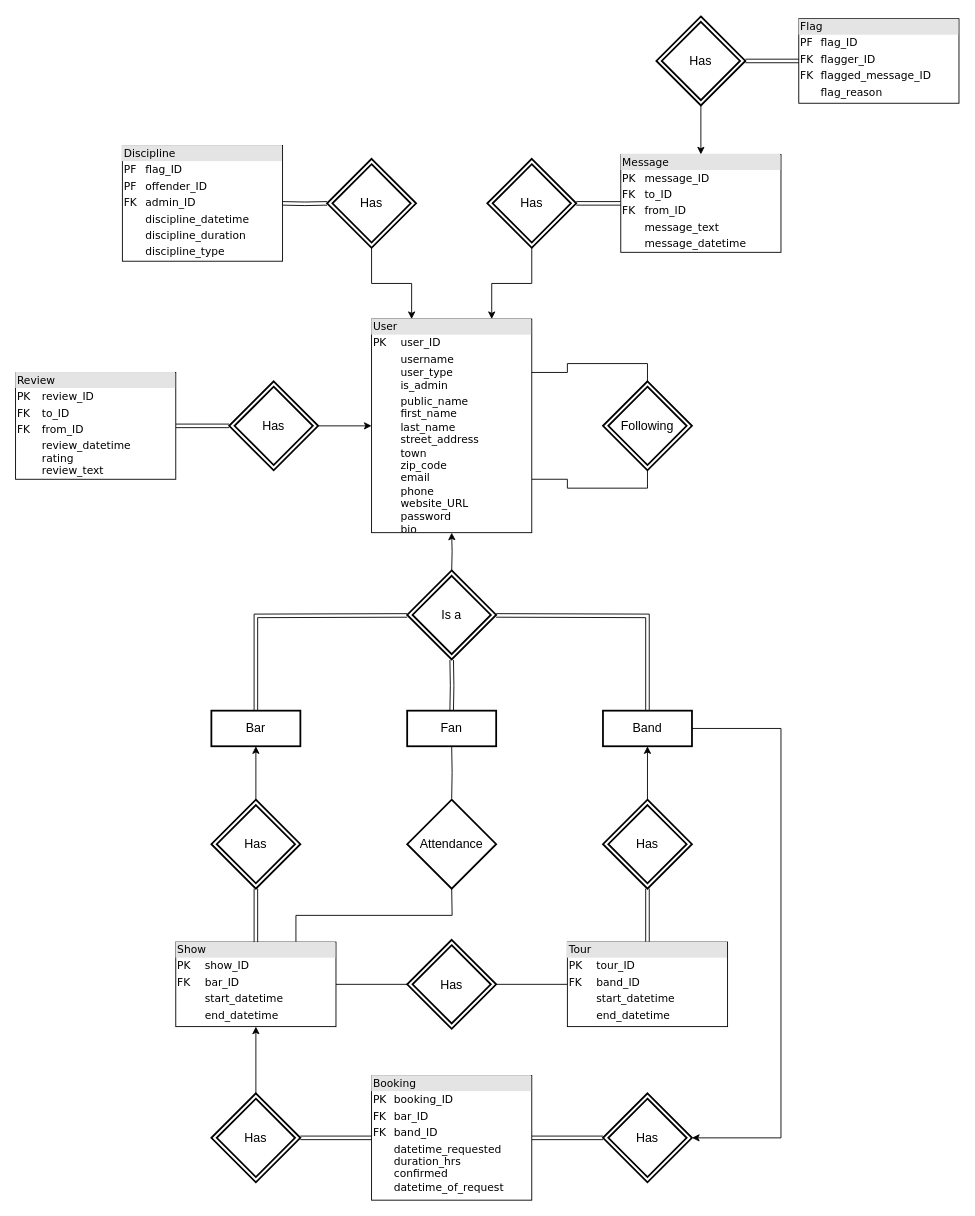
nrwhite88/csc499 keeps this draw.io diagram as Design Document/er_diagram.drawio. Above is the earlier version. Source tidied: cells renumbered, new cells numbered last; positions are measured from the earlier drawing's top-left corner, leaving out a move shared by most shapes. Both pictures are drawn from the tidied source at 89%, with x=0, y=0 at pixel (15, 16).
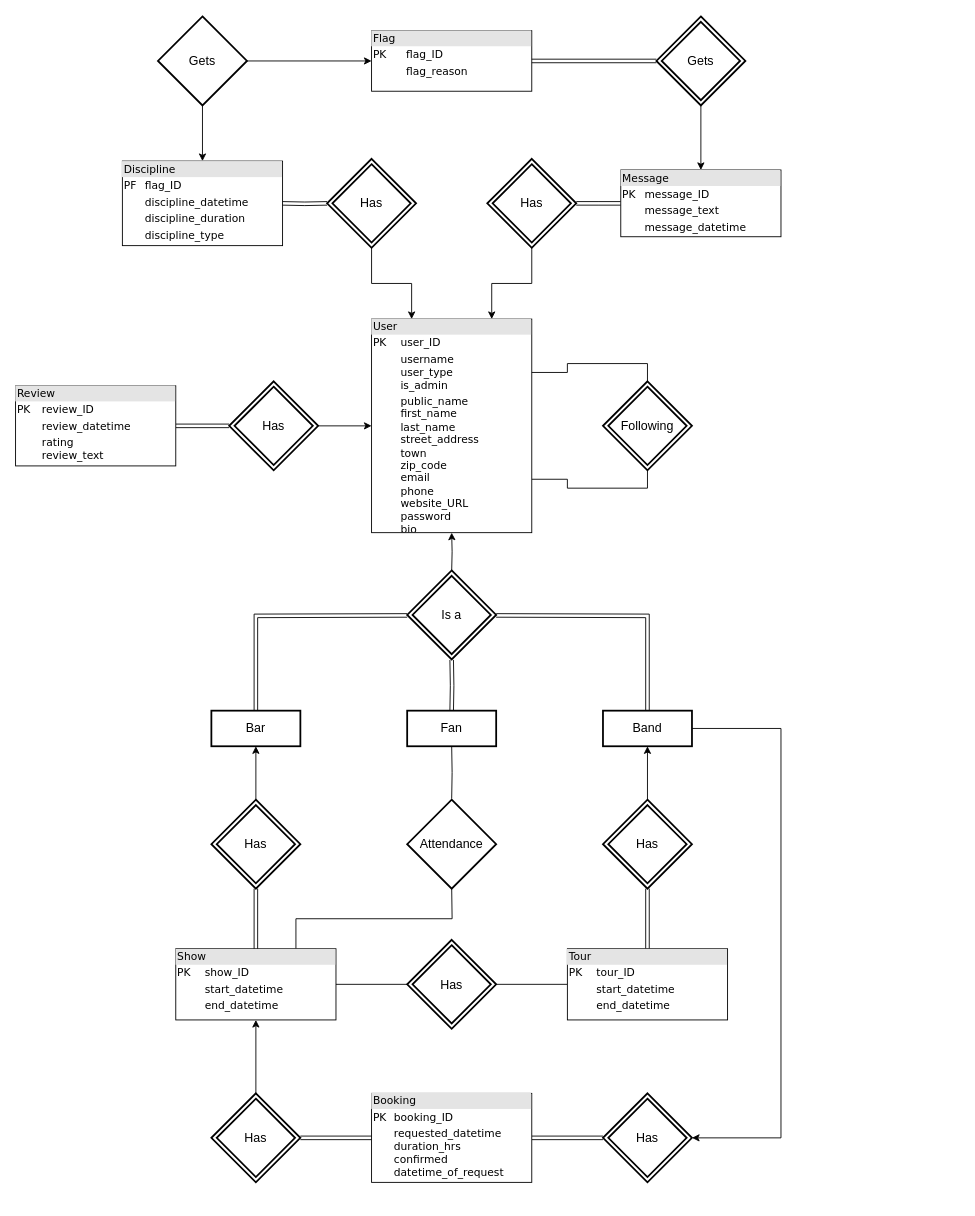
After the change.

Change to the diagram source:
```diff
@@
-    <mxCell id="6" value="&lt;div style=&quot;box-sizing: border-box ; width: 100% ; background: #e4e4e4 ; padding: 2px&quot;&gt;Booking&lt;/div&gt;&lt;table style=&quot;width: 100% ; font-size: 1em&quot; cellpadding=&quot;2&quot; cellspacing=&quot;0&quot;&gt;&lt;tbody&gt;&lt;tr&gt;&lt;td&gt;PK&lt;/td&gt;&lt;td&gt;booking_ID&lt;/td&gt;&lt;/tr&gt;&lt;tr&gt;&lt;td&gt;FK&lt;/td&gt;&lt;td&gt;bar_ID&lt;br&gt;&lt;/td&gt;&lt;/tr&gt;&lt;tr&gt;&lt;td&gt;FK&lt;/td&gt;&lt;td&gt;band_ID&lt;br&gt;&lt;/td&gt;&lt;/tr&gt;&lt;tr&gt;&lt;td&gt;&lt;br&gt;&lt;/td&gt;&lt;td&gt;datetime_requested&lt;br&gt;duration_hrs&lt;br&gt;confirmed&lt;br&gt;datetime_of_request&lt;/td&gt;&lt;/tr&gt;&lt;tr&gt;&lt;td&gt;&lt;br&gt;&lt;/td&gt;&lt;td&gt;&lt;br&gt;&lt;/td&gt;&lt;/tr&gt;&lt;tr&gt;&lt;td&gt;&lt;br&gt;&lt;/td&gt;&lt;td&gt;&lt;br&gt;&lt;/td&gt;&lt;/tr&gt;&lt;/tbody&gt;&lt;/table&gt;" style="verticalAlign=top;align=left;overflow=fill;html=1;rounded=0;shadow=0;comic=0;labelBackgroundColor=none;strokeColor=#000000;strokeWidth=1;fillColor=#ffffff;fontFamily=Verdana;fontSize=12;fontColor=#000000;" parent="1" vertex="1">
-      <mxGeometry x="400" y="1190" width="180" height="140" as="geometry" />
+    <mxCell id="6" value="&lt;div style=&quot;box-sizing: border-box ; width: 100% ; background: #e4e4e4 ; padding: 2px&quot;&gt;Booking&lt;/div&gt;&lt;table style=&quot;width: 100% ; font-size: 1em&quot; cellpadding=&quot;2&quot; cellspacing=&quot;0&quot;&gt;&lt;tbody&gt;&lt;tr&gt;&lt;td&gt;PK&lt;/td&gt;&lt;td&gt;booking_ID&lt;/td&gt;&lt;/tr&gt;&lt;tr&gt;&lt;td&gt;&lt;/td&gt;&lt;td&gt;requested_datetime&lt;br&gt;duration_hrs&lt;br&gt;confirmed&lt;br&gt;datetime_of_request&lt;/td&gt;&lt;/tr&gt;&lt;tr&gt;&lt;td&gt;&lt;br&gt;&lt;/td&gt;&lt;td&gt;&lt;br&gt;&lt;/td&gt;&lt;/tr&gt;&lt;tr&gt;&lt;td&gt;&lt;br&gt;&lt;/td&gt;&lt;td&gt;&lt;br&gt;&lt;/td&gt;&lt;/tr&gt;&lt;tr&gt;&lt;td&gt;&lt;br&gt;&lt;/td&gt;&lt;td&gt;&lt;br&gt;&lt;/td&gt;&lt;/tr&gt;&lt;/tbody&gt;&lt;/table&gt;" style="verticalAlign=top;align=left;overflow=fill;html=1;rounded=0;shadow=0;comic=0;labelBackgroundColor=none;strokeColor=#000000;strokeWidth=1;fillColor=#ffffff;fontFamily=Verdana;fontSize=12;fontColor=#000000;" parent="1" vertex="1">
+      <mxGeometry x="400" y="1210" width="180" height="100" as="geometry" />
     </mxCell>
@@
-    <mxCell id="8" value="&lt;div style=&quot;box-sizing: border-box ; width: 100% ; background: #e4e4e4 ; padding: 2px&quot;&gt;Review&lt;/div&gt;&lt;table style=&quot;width: 100% ; font-size: 1em&quot; cellpadding=&quot;2&quot; cellspacing=&quot;0&quot;&gt;&lt;tbody&gt;&lt;tr&gt;&lt;td&gt;PK&lt;/td&gt;&lt;td&gt;review_ID&lt;/td&gt;&lt;/tr&gt;&lt;tr&gt;&lt;td&gt;FK&lt;/td&gt;&lt;td&gt;to_ID&lt;/td&gt;&lt;/tr&gt;&lt;tr&gt;&lt;td&gt;FK&lt;/td&gt;&lt;td&gt;from_ID&lt;br&gt;&lt;/td&gt;&lt;/tr&gt;&lt;tr&gt;&lt;td&gt;&lt;br&gt;&lt;/td&gt;&lt;td&gt;review_datetime&lt;br&gt;rating&lt;br&gt;review_text&lt;/td&gt;&lt;/tr&gt;&lt;tr&gt;&lt;td&gt;&lt;br&gt;&lt;/td&gt;&lt;td&gt;&lt;br&gt;&lt;/td&gt;&lt;/tr&gt;&lt;tr&gt;&lt;td&gt;&lt;br&gt;&lt;/td&gt;&lt;td&gt;&lt;br&gt;&lt;/td&gt;&lt;/tr&gt;&lt;/tbody&gt;&lt;/table&gt;" style="verticalAlign=top;align=left;overflow=fill;html=1;rounded=0;shadow=0;comic=0;labelBackgroundColor=none;strokeColor=#000000;strokeWidth=1;fillColor=#ffffff;fontFamily=Verdana;fontSize=12;fontColor=#000000;" parent="1" vertex="1">
-      <mxGeometry y="400" width="180" height="120" as="geometry" />
+    <mxCell id="8" value="&lt;div style=&quot;box-sizing: border-box ; width: 100% ; background: #e4e4e4 ; padding: 2px&quot;&gt;Review&lt;/div&gt;&lt;table style=&quot;width: 100% ; font-size: 1em&quot; cellpadding=&quot;2&quot; cellspacing=&quot;0&quot;&gt;&lt;tbody&gt;&lt;tr&gt;&lt;td&gt;PK&lt;/td&gt;&lt;td&gt;review_ID&lt;/td&gt;&lt;/tr&gt;&lt;tr&gt;&lt;td&gt;&lt;br&gt;&lt;/td&gt;&lt;td&gt;review_datetime&lt;/td&gt;&lt;/tr&gt;&lt;tr&gt;&lt;td&gt;&lt;br&gt;&lt;/td&gt;&lt;td&gt;rating&lt;br&gt;review_text&lt;br&gt;&lt;br&gt;&lt;/td&gt;&lt;/tr&gt;&lt;tr&gt;&lt;td&gt;&lt;br&gt;&lt;/td&gt;&lt;td&gt;&lt;br&gt;&lt;/td&gt;&lt;/tr&gt;&lt;tr&gt;&lt;td&gt;&lt;br&gt;&lt;/td&gt;&lt;td&gt;&lt;br&gt;&lt;/td&gt;&lt;/tr&gt;&lt;/tbody&gt;&lt;/table&gt;" style="verticalAlign=top;align=left;overflow=fill;html=1;rounded=0;shadow=0;comic=0;labelBackgroundColor=none;strokeColor=#000000;strokeWidth=1;fillColor=#ffffff;fontFamily=Verdana;fontSize=12;fontColor=#000000;" parent="1" vertex="1">
+      <mxGeometry y="415" width="180" height="90" as="geometry" />
     </mxCell>
@@
-    <mxCell id="11" value="&lt;div style=&quot;box-sizing: border-box ; width: 100% ; background: #e4e4e4 ; padding: 2px&quot;&gt;Message&lt;/div&gt;&lt;table style=&quot;width: 100% ; font-size: 1em&quot; cellpadding=&quot;2&quot; cellspacing=&quot;0&quot;&gt;&lt;tbody&gt;&lt;tr&gt;&lt;td&gt;PK&lt;/td&gt;&lt;td&gt;message_ID&lt;/td&gt;&lt;/tr&gt;&lt;tr&gt;&lt;td&gt;FK&lt;/td&gt;&lt;td&gt;to_ID&lt;/td&gt;&lt;/tr&gt;&lt;tr&gt;&lt;td&gt;FK&lt;/td&gt;&lt;td&gt;from_ID&lt;/td&gt;&lt;/tr&gt;&lt;tr&gt;&lt;td&gt;&lt;br&gt;&lt;/td&gt;&lt;td&gt;message_text&lt;br&gt;&lt;/td&gt;&lt;/tr&gt;&lt;tr&gt;&lt;td&gt;&lt;br&gt;&lt;/td&gt;&lt;td&gt;message_datetime&lt;br&gt;&lt;/td&gt;&lt;/tr&gt;&lt;tr&gt;&lt;td&gt;&lt;br&gt;&lt;/td&gt;&lt;td&gt;&lt;br&gt;&lt;/td&gt;&lt;/tr&gt;&lt;/tbody&gt;&lt;/table&gt;" style="verticalAlign=top;align=left;overflow=fill;html=1;rounded=0;shadow=0;comic=0;labelBackgroundColor=none;strokeColor=#000000;strokeWidth=1;fillColor=#ffffff;fontFamily=Verdana;fontSize=12;fontColor=#000000;" parent="1" vertex="1">
-      <mxGeometry x="680" y="155" width="180" height="110" as="geometry" />
+    <mxCell id="11" value="&lt;div style=&quot;box-sizing: border-box ; width: 100% ; background: #e4e4e4 ; padding: 2px&quot;&gt;Message&lt;/div&gt;&lt;table style=&quot;width: 100% ; font-size: 1em&quot; cellpadding=&quot;2&quot; cellspacing=&quot;0&quot;&gt;&lt;tbody&gt;&lt;tr&gt;&lt;td&gt;PK&lt;/td&gt;&lt;td&gt;message_ID&lt;/td&gt;&lt;/tr&gt;&lt;tr&gt;&lt;td&gt;&lt;br&gt;&lt;/td&gt;&lt;td&gt;message_text&lt;/td&gt;&lt;/tr&gt;&lt;tr&gt;&lt;td&gt;&lt;br&gt;&lt;/td&gt;&lt;td&gt;message_datetime&lt;br&gt;&lt;/td&gt;&lt;/tr&gt;&lt;tr&gt;&lt;td&gt;&lt;br&gt;&lt;/td&gt;&lt;td&gt;&lt;br&gt;&lt;/td&gt;&lt;/tr&gt;&lt;tr&gt;&lt;td&gt;&lt;br&gt;&lt;/td&gt;&lt;td&gt;&lt;br&gt;&lt;/td&gt;&lt;/tr&gt;&lt;/tbody&gt;&lt;/table&gt;" style="verticalAlign=top;align=left;overflow=fill;html=1;rounded=0;shadow=0;comic=0;labelBackgroundColor=none;strokeColor=#000000;strokeWidth=1;fillColor=#ffffff;fontFamily=Verdana;fontSize=12;fontColor=#000000;" parent="1" vertex="1">
+      <mxGeometry x="680" y="172.5" width="180" height="75" as="geometry" />
     </mxCell>
-    <mxCell id="12" value="&lt;div style=&quot;box-sizing: border-box ; width: 100% ; background: #e4e4e4 ; padding: 2px&quot;&gt;Flag&lt;/div&gt;&lt;table style=&quot;width: 100% ; font-size: 1em&quot; cellpadding=&quot;2&quot; cellspacing=&quot;0&quot;&gt;&lt;tbody&gt;&lt;tr&gt;&lt;td&gt;PF&lt;/td&gt;&lt;td&gt;flag_ID&lt;/td&gt;&lt;/tr&gt;&lt;tr&gt;&lt;td&gt;FK&lt;/td&gt;&lt;td&gt;flagger_ID&lt;/td&gt;&lt;/tr&gt;&lt;tr&gt;&lt;td&gt;FK&lt;/td&gt;&lt;td&gt;flagged_message_ID&lt;/td&gt;&lt;/tr&gt;&lt;tr&gt;&lt;td&gt;&lt;br&gt;&lt;/td&gt;&lt;td&gt;flag_reason&lt;br&gt;&lt;/td&gt;&lt;/tr&gt;&lt;tr&gt;&lt;td&gt;&lt;br&gt;&lt;/td&gt;&lt;td&gt;&lt;br&gt;&lt;/td&gt;&lt;/tr&gt;&lt;tr&gt;&lt;td&gt;&lt;br&gt;&lt;/td&gt;&lt;td&gt;&lt;br&gt;&lt;/td&gt;&lt;/tr&gt;&lt;/tbody&gt;&lt;/table&gt;" style="verticalAlign=top;align=left;overflow=fill;html=1;rounded=0;shadow=0;comic=0;labelBackgroundColor=none;strokeColor=#000000;strokeWidth=1;fillColor=#ffffff;fontFamily=Verdana;fontSize=12;fontColor=#000000;" parent="1" vertex="1">
-      <mxGeometry x="880" y="2.5" width="180" height="95" as="geometry" />
+    <mxCell id="12" value="&lt;div style=&quot;box-sizing: border-box ; width: 100% ; background: #e4e4e4 ; padding: 2px&quot;&gt;Flag&lt;/div&gt;&lt;table style=&quot;width: 100% ; font-size: 1em&quot; cellpadding=&quot;2&quot; cellspacing=&quot;0&quot;&gt;&lt;tbody&gt;&lt;tr&gt;&lt;td&gt;PK&lt;/td&gt;&lt;td&gt;flag_ID&lt;/td&gt;&lt;/tr&gt;&lt;tr&gt;&lt;td&gt;&lt;br&gt;&lt;/td&gt;&lt;td&gt;flag_reason&lt;/td&gt;&lt;/tr&gt;&lt;tr&gt;&lt;td&gt;&lt;br&gt;&lt;/td&gt;&lt;td&gt;&lt;br&gt;&lt;/td&gt;&lt;/tr&gt;&lt;tr&gt;&lt;td&gt;&lt;br&gt;&lt;/td&gt;&lt;td&gt;&lt;br&gt;&lt;/td&gt;&lt;/tr&gt;&lt;tr&gt;&lt;td&gt;&lt;br&gt;&lt;/td&gt;&lt;td&gt;&lt;br&gt;&lt;/td&gt;&lt;/tr&gt;&lt;/tbody&gt;&lt;/table&gt;" style="verticalAlign=top;align=left;overflow=fill;html=1;rounded=0;shadow=0;comic=0;labelBackgroundColor=none;strokeColor=#000000;strokeWidth=1;fillColor=#ffffff;fontFamily=Verdana;fontSize=12;fontColor=#000000;" parent="1" vertex="1">
+      <mxGeometry x="400" y="16" width="180" height="68" as="geometry" />
     </mxCell>
+    <mxCell id="51" style="edgeStyle=orthogonalEdgeStyle;rounded=0;jettySize=auto;html=1;exitX=0.5;exitY=0;exitDx=0;exitDy=0;endArrow=none;endFill=0;startArrow=classic;startFill=1;entryX=0.5;entryY=1;entryDx=0;entryDy=0;" parent="1" edge="1" source="13" target="53">
+      <mxGeometry relative="1" as="geometry" />
+    </mxCell>
-    <mxCell id="13" value="&lt;div style=&quot;box-sizing: border-box ; width: 100% ; background: #e4e4e4 ; padding: 2px&quot;&gt;Discipline&lt;/div&gt;&lt;table style=&quot;width: 100% ; font-size: 1em&quot; cellpadding=&quot;2&quot; cellspacing=&quot;0&quot;&gt;&lt;tbody&gt;&lt;tr&gt;&lt;td&gt;PF&lt;/td&gt;&lt;td&gt;flag_ID&lt;/td&gt;&lt;/tr&gt;&lt;tr&gt;&lt;td&gt;PF&lt;/td&gt;&lt;td&gt;offender_ID&lt;/td&gt;&lt;/tr&gt;&lt;tr&gt;&lt;td&gt;FK&lt;/td&gt;&lt;td&gt;admin_ID&lt;/td&gt;&lt;/tr&gt;&lt;tr&gt;&lt;td&gt;&lt;br&gt;&lt;/td&gt;&lt;td&gt;discipline_datetime&lt;br&gt;&lt;/td&gt;&lt;/tr&gt;&lt;tr&gt;&lt;td&gt;&lt;br&gt;&lt;/td&gt;&lt;td&gt;discipline_duration&lt;br&gt;&lt;/td&gt;&lt;/tr&gt;&lt;tr&gt;&lt;td&gt;&lt;br&gt;&lt;/td&gt;&lt;td&gt;discipline_type&lt;br&gt;&lt;/td&gt;&lt;/tr&gt;&lt;/tbody&gt;&lt;/table&gt;" style="verticalAlign=top;align=left;overflow=fill;html=1;rounded=0;shadow=0;comic=0;labelBackgroundColor=none;strokeColor=#000000;strokeWidth=1;fillColor=#ffffff;fontFamily=Verdana;fontSize=12;fontColor=#000000;" parent="1" vertex="1">
-      <mxGeometry x="120" y="145" width="180" height="130" as="geometry" />
+    <mxCell id="13" value="&lt;div style=&quot;box-sizing: border-box ; width: 100% ; background: #e4e4e4 ; padding: 2px&quot;&gt;Discipline&lt;/div&gt;&lt;table style=&quot;width: 100% ; font-size: 1em&quot; cellpadding=&quot;2&quot; cellspacing=&quot;0&quot;&gt;&lt;tbody&gt;&lt;tr&gt;&lt;td&gt;PF&lt;/td&gt;&lt;td&gt;flag_ID&lt;/td&gt;&lt;/tr&gt;&lt;tr&gt;&lt;td&gt;&lt;br&gt;&lt;/td&gt;&lt;td&gt;discipline_datetime&lt;br&gt;&lt;/td&gt;&lt;/tr&gt;&lt;tr&gt;&lt;td&gt;&lt;br&gt;&lt;/td&gt;&lt;td&gt;discipline_duration&lt;br&gt;&lt;/td&gt;&lt;/tr&gt;&lt;tr&gt;&lt;td&gt;&lt;br&gt;&lt;/td&gt;&lt;td&gt;discipline_type&lt;br&gt;&lt;/td&gt;&lt;/tr&gt;&lt;tr&gt;&lt;td&gt;&lt;br&gt;&lt;/td&gt;&lt;td&gt;&lt;br&gt;&lt;/td&gt;&lt;/tr&gt;&lt;tr&gt;&lt;td&gt;&lt;br&gt;&lt;/td&gt;&lt;td&gt;&lt;br&gt;&lt;/td&gt;&lt;/tr&gt;&lt;/tbody&gt;&lt;/table&gt;" style="verticalAlign=top;align=left;overflow=fill;html=1;rounded=0;shadow=0;comic=0;labelBackgroundColor=none;strokeColor=#000000;strokeWidth=1;fillColor=#ffffff;fontFamily=Verdana;fontSize=12;fontColor=#000000;" parent="1" vertex="1">
+      <mxGeometry x="120" y="162.5" width="180" height="95" as="geometry" />
     </mxCell>
@@
-    <mxCell id="15" value="&lt;div style=&quot;box-sizing: border-box ; width: 100% ; background: #e4e4e4 ; padding: 2px&quot;&gt;Show&lt;/div&gt;&lt;table style=&quot;width: 100% ; font-size: 1em&quot; cellpadding=&quot;2&quot; cellspacing=&quot;0&quot;&gt;&lt;tbody&gt;&lt;tr&gt;&lt;td&gt;PK&lt;/td&gt;&lt;td&gt;show_ID&lt;/td&gt;&lt;/tr&gt;&lt;tr&gt;&lt;td&gt;FK&lt;/td&gt;&lt;td&gt;bar_ID&lt;/td&gt;&lt;/tr&gt;&lt;tr&gt;&lt;td&gt;&lt;br&gt;&lt;/td&gt;&lt;td&gt;start_datetime&lt;/td&gt;&lt;/tr&gt;&lt;tr&gt;&lt;td&gt;&lt;br&gt;&lt;/td&gt;&lt;td&gt;end_datetime&lt;br&gt;&lt;/td&gt;&lt;/tr&gt;&lt;tr&gt;&lt;td&gt;&lt;br&gt;&lt;/td&gt;&lt;td&gt;&lt;br&gt;&lt;/td&gt;&lt;/tr&gt;&lt;tr&gt;&lt;td&gt;&lt;br&gt;&lt;/td&gt;&lt;td&gt;&lt;br&gt;&lt;/td&gt;&lt;/tr&gt;&lt;/tbody&gt;&lt;/table&gt;" style="verticalAlign=top;align=left;overflow=fill;html=1;rounded=0;shadow=0;comic=0;labelBackgroundColor=none;strokeColor=#000000;strokeWidth=1;fillColor=#ffffff;fontFamily=Verdana;fontSize=12;fontColor=#000000;" parent="1" vertex="1">
-      <mxGeometry x="180" y="1040" width="180" height="95" as="geometry" />
+    <mxCell id="15" value="&lt;div style=&quot;box-sizing: border-box ; width: 100% ; background: #e4e4e4 ; padding: 2px&quot;&gt;Show&lt;/div&gt;&lt;table style=&quot;width: 100% ; font-size: 1em&quot; cellpadding=&quot;2&quot; cellspacing=&quot;0&quot;&gt;&lt;tbody&gt;&lt;tr&gt;&lt;td&gt;PK&lt;/td&gt;&lt;td&gt;show_ID&lt;/td&gt;&lt;/tr&gt;&lt;tr&gt;&lt;td&gt;&lt;br&gt;&lt;/td&gt;&lt;td&gt;start_datetime&lt;/td&gt;&lt;/tr&gt;&lt;tr&gt;&lt;td&gt;&lt;br&gt;&lt;/td&gt;&lt;td&gt;end_datetime&lt;br&gt;&lt;/td&gt;&lt;/tr&gt;&lt;tr&gt;&lt;td&gt;&lt;br&gt;&lt;/td&gt;&lt;td&gt;&lt;br&gt;&lt;/td&gt;&lt;/tr&gt;&lt;tr&gt;&lt;td&gt;&lt;br&gt;&lt;/td&gt;&lt;td&gt;&lt;br&gt;&lt;/td&gt;&lt;/tr&gt;&lt;tr&gt;&lt;td&gt;&lt;br&gt;&lt;/td&gt;&lt;td&gt;&lt;br&gt;&lt;/td&gt;&lt;/tr&gt;&lt;/tbody&gt;&lt;/table&gt;" style="verticalAlign=top;align=left;overflow=fill;html=1;rounded=0;shadow=0;comic=0;labelBackgroundColor=none;strokeColor=#000000;strokeWidth=1;fillColor=#ffffff;fontFamily=Verdana;fontSize=12;fontColor=#000000;" parent="1" vertex="1">
+      <mxGeometry x="180" y="1047.5" width="180" height="80" as="geometry" />
     </mxCell>
@@
-    <mxCell id="18" value="&lt;div style=&quot;box-sizing: border-box ; width: 100% ; background: #e4e4e4 ; padding: 2px&quot;&gt;Tour&lt;/div&gt;&lt;table style=&quot;width: 100% ; font-size: 1em&quot; cellpadding=&quot;2&quot; cellspacing=&quot;0&quot;&gt;&lt;tbody&gt;&lt;tr&gt;&lt;td&gt;PK&lt;/td&gt;&lt;td&gt;tour_ID&lt;/td&gt;&lt;/tr&gt;&lt;tr&gt;&lt;td&gt;FK&lt;/td&gt;&lt;td&gt;band_ID&lt;/td&gt;&lt;/tr&gt;&lt;tr&gt;&lt;td&gt;&lt;br&gt;&lt;/td&gt;&lt;td&gt;start_datetime&lt;/td&gt;&lt;/tr&gt;&lt;tr&gt;&lt;td&gt;&lt;br&gt;&lt;/td&gt;&lt;td&gt;end_datetime&lt;br&gt;&lt;/td&gt;&lt;/tr&gt;&lt;tr&gt;&lt;td&gt;&lt;br&gt;&lt;/td&gt;&lt;td&gt;&lt;br&gt;&lt;/td&gt;&lt;/tr&gt;&lt;tr&gt;&lt;td&gt;&lt;br&gt;&lt;/td&gt;&lt;td&gt;&lt;br&gt;&lt;/td&gt;&lt;/tr&gt;&lt;/tbody&gt;&lt;/table&gt;" style="verticalAlign=top;align=left;overflow=fill;html=1;rounded=0;shadow=0;comic=0;labelBackgroundColor=none;strokeColor=#000000;strokeWidth=1;fillColor=#ffffff;fontFamily=Verdana;fontSize=12;fontColor=#000000;" parent="1" vertex="1">
-      <mxGeometry x="620" y="1040" width="180" height="95" as="geometry" />
+    <mxCell id="18" value="&lt;div style=&quot;box-sizing: border-box ; width: 100% ; background: #e4e4e4 ; padding: 2px&quot;&gt;Tour&lt;/div&gt;&lt;table style=&quot;width: 100% ; font-size: 1em&quot; cellpadding=&quot;2&quot; cellspacing=&quot;0&quot;&gt;&lt;tbody&gt;&lt;tr&gt;&lt;td&gt;PK&lt;/td&gt;&lt;td&gt;tour_ID&lt;/td&gt;&lt;/tr&gt;&lt;tr&gt;&lt;td&gt;&lt;br&gt;&lt;/td&gt;&lt;td&gt;start_datetime&lt;br&gt;&lt;/td&gt;&lt;/tr&gt;&lt;tr&gt;&lt;td&gt;&lt;br&gt;&lt;/td&gt;&lt;td&gt;end_datetime&lt;br&gt;&lt;/td&gt;&lt;/tr&gt;&lt;tr&gt;&lt;td&gt;&lt;br&gt;&lt;/td&gt;&lt;td&gt;&lt;br&gt;&lt;/td&gt;&lt;/tr&gt;&lt;tr&gt;&lt;td&gt;&lt;br&gt;&lt;/td&gt;&lt;td&gt;&lt;br&gt;&lt;/td&gt;&lt;/tr&gt;&lt;tr&gt;&lt;td&gt;&lt;br&gt;&lt;/td&gt;&lt;td&gt;&lt;br&gt;&lt;/td&gt;&lt;/tr&gt;&lt;/tbody&gt;&lt;/table&gt;" style="verticalAlign=top;align=left;overflow=fill;html=1;rounded=0;shadow=0;comic=0;labelBackgroundColor=none;strokeColor=#000000;strokeWidth=1;fillColor=#ffffff;fontFamily=Verdana;fontSize=12;fontColor=#000000;" parent="1" vertex="1">
+      <mxGeometry x="620" y="1047.5" width="180" height="80" as="geometry" />
     </mxCell>
@@
-    <mxCell id="39" style="edgeStyle=orthogonalEdgeStyle;rounded=0;jettySize=auto;html=1;exitX=1;exitY=0.5;exitDx=0;exitDy=0;entryX=0;entryY=0.5;entryDx=0;entryDy=0;startArrow=none;startFill=0;endArrow=classic;endFill=1;strokeColor=#000000;shape=link;" parent="1" edge="1" source="40" target="12">
+    <mxCell id="39" style="edgeStyle=orthogonalEdgeStyle;rounded=0;jettySize=auto;html=1;exitX=0;exitY=0.5;exitDx=0;exitDy=0;entryX=1;entryY=0.5;entryDx=0;entryDy=0;endArrow=none;endFill=0;shape=link;" parent="1" edge="1" source="40" target="12">
       <mxGeometry relative="1" as="geometry" />
     </mxCell>
-    <mxCell id="40" value="Has" style="shape=rhombus;double=1;strokeWidth=2;fontSize=17;perimeter=rhombusPerimeter;whiteSpace=wrap;html=1;align=center;fontSize=14;" parent="1" vertex="1">
+    <mxCell id="40" value="Gets" style="shape=rhombus;double=1;strokeWidth=2;fontSize=17;perimeter=rhombusPerimeter;whiteSpace=wrap;html=1;align=center;fontSize=14;" parent="1" vertex="1">
       <mxGeometry x="720" width="100" height="100" as="geometry" />
     </mxCell>
@@
+    <mxCell id="52" style="edgeStyle=orthogonalEdgeStyle;rounded=0;jettySize=auto;html=1;entryX=0;entryY=0.5;entryDx=0;entryDy=0;endArrow=classic;endFill=1;exitX=1;exitY=0.5;exitDx=0;exitDy=0;" parent="1" edge="1" source="53" target="12">
+      <mxGeometry relative="1" as="geometry" />
+    </mxCell>
+    <mxCell id="53" value="Gets" style="shape=rhombus;strokeWidth=2;fontSize=17;perimeter=rhombusPerimeter;whiteSpace=wrap;html=1;align=center;fontSize=14;" parent="1" vertex="1">
+      <mxGeometry x="160" width="100" height="100" as="geometry" />
+    </mxCell>
```
